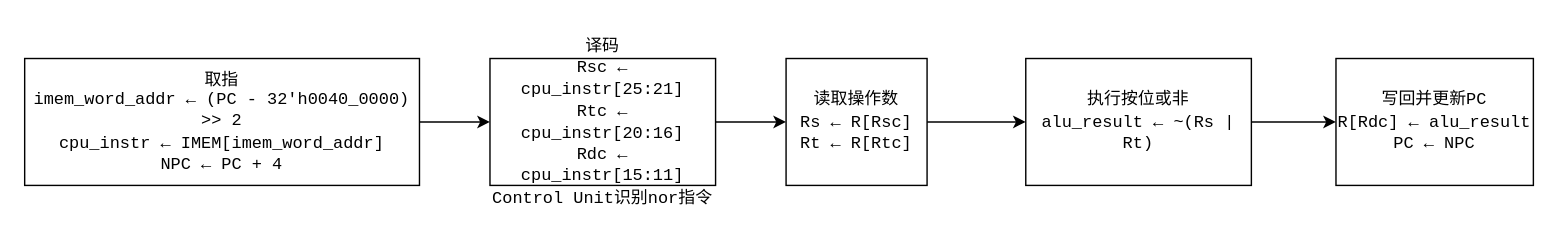
This is Add指令流程图.drawio from LV-ZHU/Computer_Organization_and_Architecture_Course_Design, a draw.io file, before an edit. Source tidied: cells renumbered, new cells numbered last; positions are measured from the earlier drawing's top-left corner, leaving out a move shared by most shapes. Both pictures are drawn from the tidied source at 141%, with x=0, y=0 at pixel (24, 58).
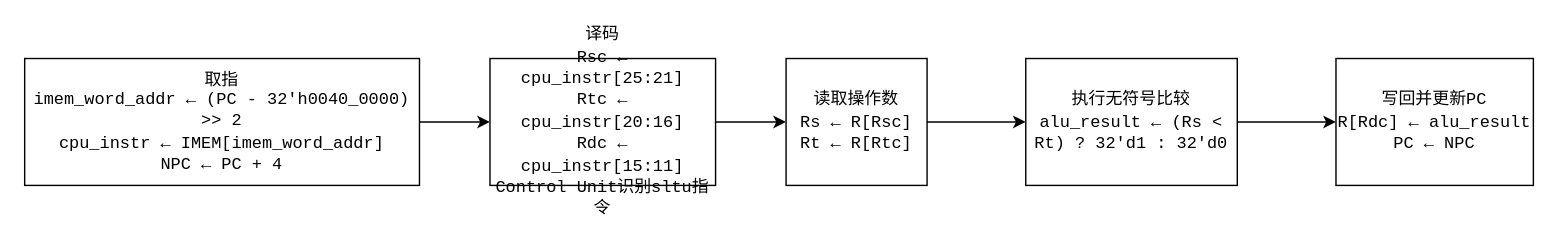
The same diagram, later.

Commit message:
更新sltu指令流程图.drawio

The edit, as a diff of the source:
```diff
@@
 <mxGraphModel>
   <root>
     <mxCell id="0" />
     <mxCell id="1" parent="0" />
     <mxCell id="2" style="edgeStyle=orthogonalEdgeStyle;rounded=0;jettySize=auto;html=1;" parent="1" edge="1" source="3" target="5">
       <mxGeometry relative="1" as="geometry" />
     </mxCell>
     <mxCell id="3" value="取指&lt;div&gt;&lt;code dir=&quot;ltr&quot;&gt;imem_word_addr ← (PC - 32'h0040_0000) &amp;gt;&amp;gt; 2&lt;/code&gt;&lt;br&gt;&lt;code dir=&quot;ltr&quot;&gt;cpu_instr ← IMEM[imem_word_addr]&lt;/code&gt;&lt;br&gt;&lt;code dir=&quot;ltr&quot;&gt;NPC ← PC + 4&lt;/code&gt;&lt;/div&gt;" style="whiteSpace=wrap;html=1;" parent="1" vertex="1">
       <mxGeometry width="280" height="90" as="geometry" />
     </mxCell>
     <mxCell id="4" style="edgeStyle=orthogonalEdgeStyle;rounded=0;jettySize=auto;html=1;" parent="1" edge="1" source="5" target="7">
       <mxGeometry relative="1" as="geometry" />
     </mxCell>
-    <mxCell id="5" value="&lt;div&gt;&lt;code dir=&quot;ltr&quot;&gt;译码&lt;/code&gt;&lt;/div&gt;&lt;code dir=&quot;ltr&quot;&gt;Rsc ← cpu_instr[25:21]&lt;/code&gt;&lt;br&gt;&lt;code dir=&quot;ltr&quot;&gt;Rtc ← cpu_instr[20:16]&lt;/code&gt;&lt;br&gt;&lt;code dir=&quot;ltr&quot;&gt;Rdc ← cpu_instr[15:11]&lt;/code&gt;&lt;br&gt;&lt;code dir=&quot;ltr&quot;&gt;Control Unit识别nor指令&lt;/code&gt;" style="whiteSpace=wrap;html=1;" parent="1" vertex="1">
+    <mxCell id="5" value="&lt;div&gt;&lt;code dir=&quot;ltr&quot;&gt;译码&lt;/code&gt;&lt;/div&gt;&lt;code dir=&quot;ltr&quot;&gt;Rsc ← cpu_instr[25:21]&lt;/code&gt;&lt;br&gt;&lt;code dir=&quot;ltr&quot;&gt;Rtc ← cpu_instr[20:16]&lt;/code&gt;&lt;br&gt;&lt;code dir=&quot;ltr&quot;&gt;Rdc ← cpu_instr[15:11]&lt;/code&gt;&lt;br&gt;&lt;code dir=&quot;ltr&quot;&gt;Control Unit识别sltu指令&lt;/code&gt;" style="whiteSpace=wrap;html=1;" parent="1" vertex="1">
       <mxGeometry x="330" width="160" height="90" as="geometry" />
     </mxCell>
     <mxCell id="6" style="edgeStyle=orthogonalEdgeStyle;rounded=0;jettySize=auto;html=1;" parent="1" edge="1" source="7" target="9">
       <mxGeometry relative="1" as="geometry" />
     </mxCell>
     <mxCell id="7" value="&lt;div&gt;&lt;font face=&quot;monospace&quot;&gt;读取操作数&lt;/font&gt;&lt;/div&gt;&lt;div&gt;&lt;code dir=&quot;ltr&quot;&gt;Rs ← R[Rsc]&lt;/code&gt;&lt;br&gt;&lt;code dir=&quot;ltr&quot;&gt;Rt ← R[Rtc]&lt;/code&gt;&lt;font face=&quot;monospace&quot;&gt;&lt;/font&gt;&lt;/div&gt;" style="whiteSpace=wrap;html=1;" parent="1" vertex="1">
       <mxGeometry x="540" width="100" height="90" as="geometry" />
     </mxCell>
     <mxCell id="8" style="edgeStyle=orthogonalEdgeStyle;rounded=0;jettySize=auto;html=1;" parent="1" edge="1" source="9" target="10">
       <mxGeometry relative="1" as="geometry" />
     </mxCell>
-    <mxCell id="9" value="&lt;div&gt;&lt;code&gt;执行按位或非&lt;/code&gt;&lt;/div&gt;&lt;code&gt;alu_result ← ~(Rs | Rt)&lt;/code&gt;" style="whiteSpace=wrap;html=1;" parent="1" vertex="1">
-      <mxGeometry x="710" width="160" height="90" as="geometry" />
+    <mxCell id="9" value="&lt;div&gt;&lt;code&gt;执行无符号比较&lt;/code&gt;&lt;/div&gt;&lt;code&gt;alu_result ← (Rs &amp;lt; Rt) ? 32'd1 : 32'd0&lt;/code&gt;" style="whiteSpace=wrap;html=1;" parent="1" vertex="1">
+      <mxGeometry x="710" width="150" height="90" as="geometry" />
     </mxCell>
     <mxCell id="10" value="&lt;font face=&quot;monospace&quot;&gt;写回并更新PC&lt;/font&gt;&lt;div&gt;&lt;code dir=&quot;ltr&quot;&gt;R[Rdc] ← alu_result&lt;/code&gt;&lt;br&gt;&lt;code dir=&quot;ltr&quot;&gt;PC ← NPC&lt;/code&gt;&lt;font face=&quot;monospace&quot;&gt;&lt;/font&gt;&lt;/div&gt;" style="whiteSpace=wrap;html=1;" parent="1" vertex="1">
       <mxGeometry x="930" width="140" height="90" as="geometry" />
     </mxCell>
   </root>
 </mxGraphModel>
```
